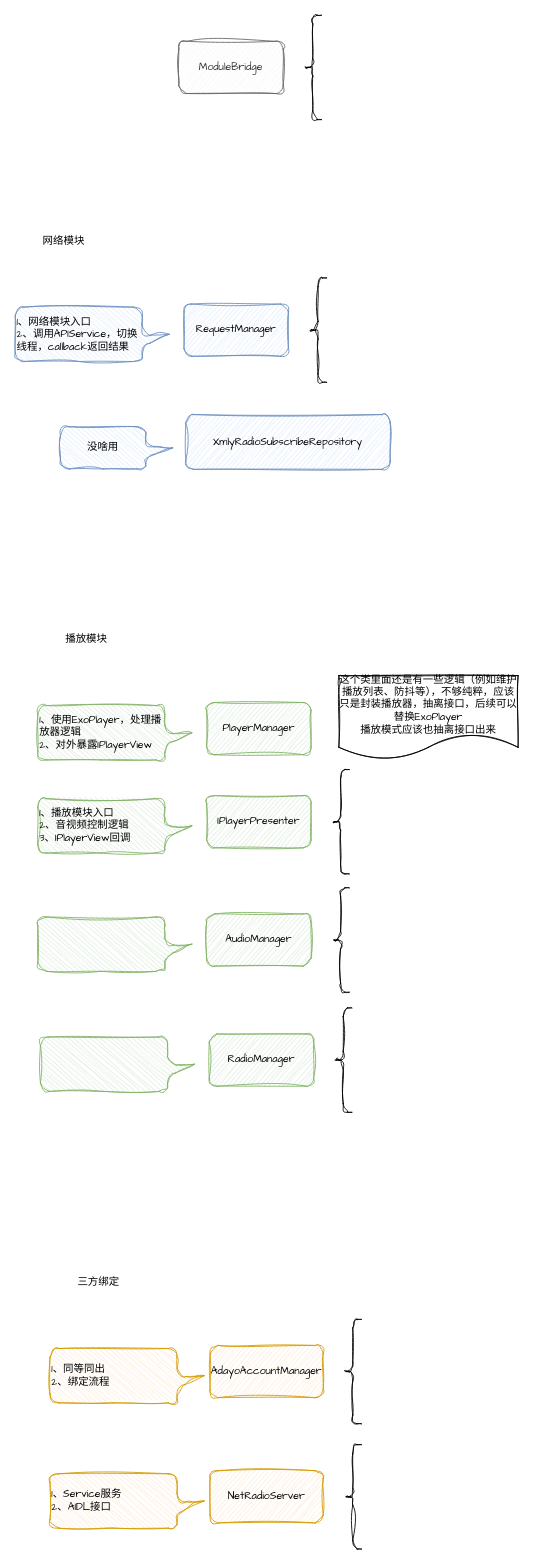
The draw.io diagram 多媒体.drawio in TryLoveCatch/charts, before the edit. Source tidied: cells renumbered, new cells numbered last; positions are measured from the earlier drawing's top-left corner, leaving out a move shared by most shapes. Both pictures are drawn from the tidied source at 87%, with x=0, y=0 at pixel (15, 15).
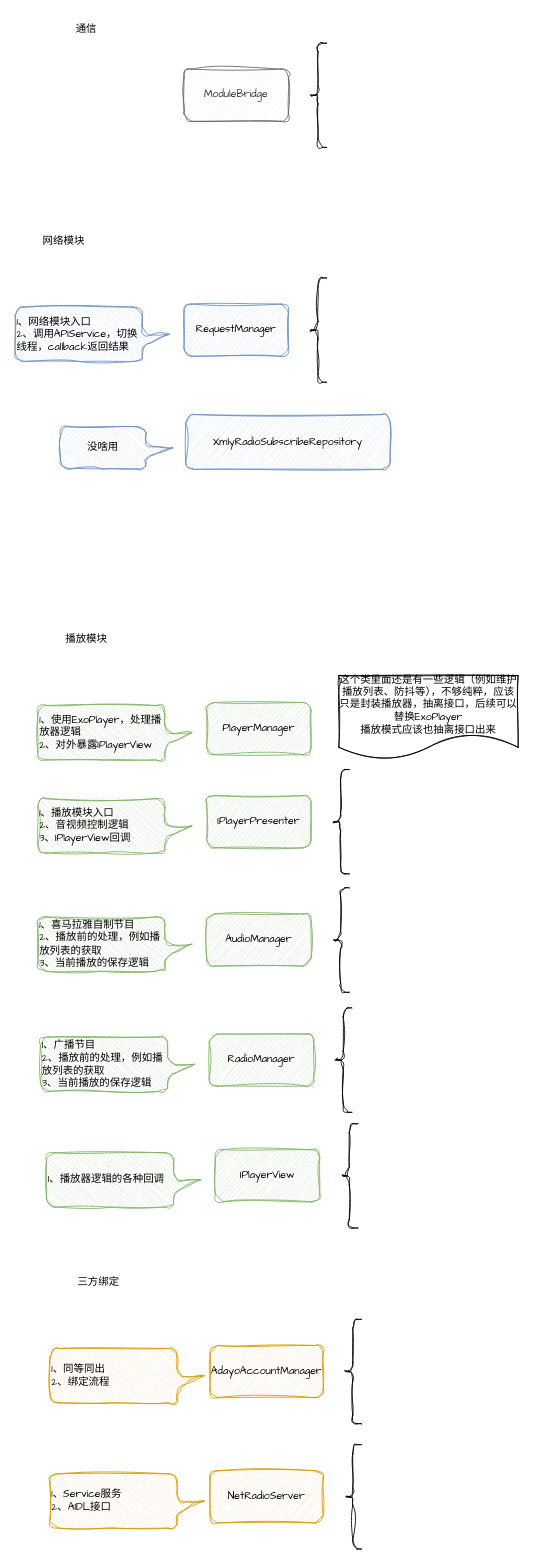
The same diagram, later.

Commit message:
更新多媒体.drawio

Change to the diagram source:
```diff
@@
     <mxCell id="2" value="ModuleBridge" style="rounded=1;whiteSpace=wrap;html=1;sketch=1;curveFitting=1;jiggle=2;fontFamily=Comic Sans MS;fillColor=#f5f5f5;strokeColor=#666666;fontColor=#333333;" parent="1" vertex="1">
-      <mxGeometry x="188" y="30" width="120" height="60" as="geometry" />
+      <mxGeometry x="194" y="62" width="120" height="60" as="geometry" />
     </mxCell>
     <mxCell id="3" style="shape=curlyBracket;whiteSpace=wrap;html=1;rounded=1;labelPosition=left;verticalLabelPosition=middle;align=right;verticalAlign=middle;sketch=1;jiggle=2;curveFitting=1;strokeColor=default;fontFamily=Comic Sans MS;fontSize=12;fontColor=default;fillColor=default;" parent="1" vertex="1">
-      <mxGeometry x="332" width="20" height="120" as="geometry" />
+      <mxGeometry x="338" y="32" width="20" height="120" as="geometry" />
     </mxCell>
@@
-    <mxCell id="15" style="shape=callout;whiteSpace=wrap;html=1;perimeter=calloutPerimeter;rounded=1;sketch=1;jiggle=2;curveFitting=1;strokeColor=#82b366;align=left;verticalAlign=middle;fontFamily=Comic Sans MS;fontSize=12;fillColor=#d5e8d4;flipV=0;flipH=0;direction=north;base=13;size=31;position=0.27;" parent="1" vertex="1">
+    <mxCell id="15" value="1、喜马拉雅自制节目&lt;div&gt;2、播放前的处理，例如播放列表的获取&lt;div&gt;3、当前播放的保存逻辑&lt;/div&gt;&lt;/div&gt;" style="shape=callout;whiteSpace=wrap;html=1;perimeter=calloutPerimeter;rounded=1;sketch=1;jiggle=2;curveFitting=1;strokeColor=#82b366;align=left;verticalAlign=middle;fontFamily=Comic Sans MS;fontSize=12;fillColor=#d5e8d4;flipV=0;flipH=0;direction=north;base=13;size=31;position=0.27;" parent="1" vertex="1">
       <mxGeometry x="26" y="1036.5" width="177" height="62.5" as="geometry" />
     </mxCell>
@@
-    <mxCell id="29" style="shape=callout;whiteSpace=wrap;html=1;perimeter=calloutPerimeter;rounded=1;sketch=1;jiggle=2;curveFitting=1;strokeColor=#82b366;align=left;verticalAlign=middle;fontFamily=Comic Sans MS;fontSize=12;fillColor=#d5e8d4;flipV=0;flipH=0;direction=north;base=13;size=31;position=0.27;" parent="1" vertex="1">
+    <mxCell id="29" value="1、广播节目&lt;div&gt;2、&lt;span style=&quot;background-color: initial;&quot;&gt;播放前的处理，例如播放列表的获取&lt;/span&gt;&lt;/div&gt;&lt;div&gt;3、当前播放的保存逻辑&lt;/div&gt;" style="shape=callout;whiteSpace=wrap;html=1;perimeter=calloutPerimeter;rounded=1;sketch=1;jiggle=2;curveFitting=1;strokeColor=#82b366;align=left;verticalAlign=middle;fontFamily=Comic Sans MS;fontSize=12;fillColor=#d5e8d4;flipV=0;flipH=0;direction=north;base=13;size=31;position=0.27;" parent="1" vertex="1">
       <mxGeometry x="29" y="1174.5" width="177" height="62.5" as="geometry" />
     </mxCell>
+    <mxCell id="30" value="IPlayerView" style="rounded=1;whiteSpace=wrap;html=1;sketch=1;curveFitting=1;jiggle=2;fontFamily=Comic Sans MS;fillColor=#d5e8d4;strokeColor=#82b366;" parent="1" vertex="1">
+      <mxGeometry x="230" y="1304" width="120" height="60" as="geometry" />
+    </mxCell>
+    <mxCell id="31" style="shape=curlyBracket;whiteSpace=wrap;html=1;rounded=1;labelPosition=left;verticalLabelPosition=middle;align=right;verticalAlign=middle;sketch=1;jiggle=2;curveFitting=1;strokeColor=default;fontFamily=Comic Sans MS;fontSize=12;fontColor=default;fillColor=default;" parent="1" vertex="1">
+      <mxGeometry x="374" y="1274" width="20" height="120" as="geometry" />
+    </mxCell>
+    <mxCell id="32" value="1、播放器逻辑的各种回调" style="shape=callout;whiteSpace=wrap;html=1;perimeter=calloutPerimeter;rounded=1;sketch=1;jiggle=2;curveFitting=1;strokeColor=#82b366;align=left;verticalAlign=middle;fontFamily=Comic Sans MS;fontSize=12;fillColor=#d5e8d4;flipV=0;flipH=0;direction=north;base=13;size=31;position=0.27;" parent="1" vertex="1">
+      <mxGeometry x="36" y="1307.5" width="177" height="62.5" as="geometry" />
+    </mxCell>
+    <mxCell id="33" value="通信" style="text;html=1;align=center;verticalAlign=middle;whiteSpace=wrap;rounded=0;fontFamily=Comic Sans MS;fontSize=12;fontColor=default;" parent="1" vertex="1">
+      <mxGeometry x="52" y="2" width="60" height="30" as="geometry" />
+    </mxCell>
```
